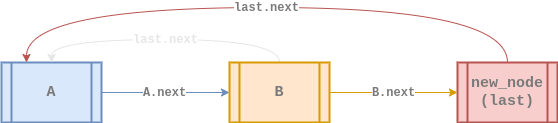
euisblue/vue-blog keeps this draw.io diagram as assets/data-structure/linked-list/cll-singly-insert4.png. Above is the earlier version. Source tidied: cells renumbered, new cells last; positions are measured from the earlier drawing's top-left corner, leaving out a move shared by most shapes.
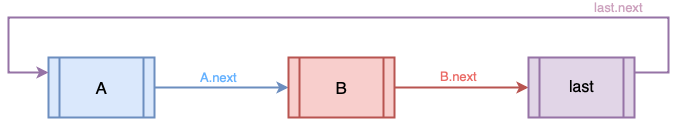
Later version of the same file.

Change to the diagram source:
```diff
@@ -2,36 +2,35 @@
   <root>
     <mxCell id="0" />
     <mxCell id="1" parent="0" />
-    <mxCell id="2" value="&lt;b style=&quot;font-size: 11px; letter-spacing: normal; text-align: center; text-indent: 0px; text-transform: none; word-spacing: 0px; font-family: &amp;quot;courier new&amp;quot;;&quot;&gt;&lt;font style=&quot;font-size: 12px&quot; color=&quot;#7a7a7a&quot;&gt;A.next&lt;/font&gt;&lt;/b&gt;" style="edgeStyle=orthogonalEdgeStyle;curved=1;rounded=0;sketch=0;jettySize=auto;html=1;exitX=1;exitY=0.5;exitDx=0;exitDy=0;entryX=0;entryY=0.5;entryDx=0;entryDy=0;strokeColor=#6c8ebf;strokeWidth=1;fillColor=#dae8fc;fontStyle=0;" parent="1" edge="1" source="3" target="5">
-      <mxGeometry x="-0.01" relative="1" as="geometry" />
+    <mxCell id="2" value="&lt;font color=&quot;#66b2ff&quot; style=&quot;font-size: 13px&quot;&gt;A.next&lt;/font&gt;" style="edgeStyle=orthogonalEdgeStyle;rounded=0;jettySize=auto;html=1;exitX=1;exitY=0.5;exitDx=0;exitDy=0;entryX=0;entryY=0.5;entryDx=0;entryDy=0;fillColor=#dae8fc;strokeColor=#6c8ebf;strokeWidth=2;labelBackgroundColor=none;labelBorderColor=none;fontFamily=Helvetica;" parent="1" edge="1" source="3" target="5">
+      <mxGeometry x="-0.04" y="10" relative="1" as="geometry" />
     </mxCell>
-    <mxCell id="3" value="&lt;div&gt;&lt;font color=&quot;#7a7a7a&quot; face=&quot;courier new&quot; style=&quot;font-size: 15px&quot;&gt;A&lt;/font&gt;&lt;/div&gt;" style="shape=process;whiteSpace=wrap;html=1;backgroundOutline=1;fillColor=#dae8fc;strokeColor=#6c8ebf;gradientDirection=east;strokeWidth=2;shadow=0;glass=0;align=center;sketch=0;fontStyle=1;" parent="1" vertex="1">
-      <mxGeometry y="55" width="100" height="60" as="geometry" />
+    <mxCell id="3" value="&lt;font&gt;&lt;font style=&quot;font-size: 17px&quot;&gt;A&lt;/font&gt;&lt;br&gt;&lt;/font&gt;" style="shape=process;whiteSpace=wrap;html=1;backgroundOutline=1;strokeWidth=2;fillColor=#dae8fc;strokeColor=#6c8ebf;fontStyle=0;fontFamily=Helvetica;fontSize=14;labelBackgroundColor=none;labelBorderColor=none;" parent="1" vertex="1">
+      <mxGeometry x="14" y="98" width="106" height="60" as="geometry" />
     </mxCell>
-    <mxCell id="4" value="&lt;font face=&quot;courier new&quot; color=&quot;#e6e6e6&quot;&gt;&lt;span style=&quot;font-size: 12px&quot;&gt;&lt;b&gt;last.next&lt;/b&gt;&lt;/span&gt;&lt;/font&gt;" style="edgeStyle=orthogonalEdgeStyle;curved=1;rounded=0;sketch=0;jettySize=auto;html=1;exitX=0.5;exitY=0;exitDx=0;exitDy=0;entryX=0.5;entryY=0;entryDx=0;entryDy=0;strokeWidth=1;fillColor=#ffe6cc;fontStyle=0;strokeColor=#E6E6E6;" parent="1" edge="1" source="5" target="3">
-      <mxGeometry relative="1" as="geometry">
+    <mxCell id="4" value="&lt;font color=&quot;#ea6b66&quot; style=&quot;font-size: 13px ; line-height: 95%&quot;&gt;B.next&lt;/font&gt;" style="edgeStyle=orthogonalEdgeStyle;rounded=0;jettySize=auto;html=1;exitX=1;exitY=0.5;exitDx=0;exitDy=0;entryX=0;entryY=0.5;entryDx=0;entryDy=0;fillColor=#f8cecc;strokeColor=#b85450;strokeWidth=2;labelBackgroundColor=none;labelBorderColor=none;fontFamily=Helvetica;align=center;" parent="1" edge="1" source="5" target="7">
+      <mxGeometry x="-0.04" y="10" relative="1" as="geometry">
         <Array as="points">
-          <mxPoint x="278" y="32" />
-          <mxPoint x="50" y="32" />
+          <mxPoint x="414" y="128" />
+          <mxPoint x="414" y="128" />
         </Array>
       </mxGeometry>
     </mxCell>
-    <mxCell id="5" value="&lt;div&gt;&lt;font color=&quot;#7a7a7a&quot; face=&quot;courier new&quot;&gt;&lt;span style=&quot;font-size: 15px&quot;&gt;&lt;b&gt;B&lt;/b&gt;&lt;/span&gt;&lt;/font&gt;&lt;/div&gt;" style="shape=process;whiteSpace=wrap;html=1;backgroundOutline=1;fillColor=#ffe6cc;strokeColor=#d79b00;gradientDirection=east;strokeWidth=2;shadow=0;glass=0;align=center;sketch=0;fontStyle=0;" parent="1" vertex="1">
-      <mxGeometry x="228" y="55" width="100" height="60" as="geometry" />
+    <mxCell id="5" value="&lt;font&gt;&lt;font style=&quot;font-size: 17px&quot;&gt;B&lt;/font&gt;&lt;br&gt;&lt;/font&gt;" style="shape=process;whiteSpace=wrap;html=1;backgroundOutline=1;strokeWidth=2;fillColor=#f8cecc;strokeColor=#b85450;fontStyle=0;fontFamily=Helvetica;fontSize=14;labelBackgroundColor=none;labelBorderColor=none;" parent="1" vertex="1">
+      <mxGeometry x="254" y="98" width="106" height="60" as="geometry" />
     </mxCell>
-    <mxCell id="6" value="&lt;b style=&quot;color: rgb(122 , 122 , 122) ; font-family: &amp;#34;courier new&amp;#34; ; font-size: 12px ; font-style: normal ; letter-spacing: normal ; text-align: center ; text-indent: 0px ; text-transform: none ; word-spacing: 0px ; background-color: rgb(255 , 255 , 255)&quot;&gt;last.next&lt;/b&gt;" style="edgeStyle=orthogonalEdgeStyle;curved=1;rounded=0;sketch=0;jettySize=auto;html=1;exitX=0.5;exitY=0;exitDx=0;exitDy=0;entryX=0.25;entryY=0;entryDx=0;entryDy=0;strokeColor=#b85450;strokeWidth=1;fillColor=#f8cecc;" parent="1" edge="1" source="7" target="3">
-      <mxGeometry relative="1" as="geometry">
+    <mxCell id="6" value="&lt;span style=&quot;color: rgb(205 , 162 , 190) ; font-family: &amp;#34;helvetica&amp;#34; ; font-size: 13px ; font-style: normal ; font-weight: normal ; letter-spacing: normal ; text-align: center ; text-indent: 0px ; text-transform: none ; word-spacing: 0px ; text-decoration: none ; display: inline ; float: none&quot;&gt;last.next&lt;/span&gt;" style="edgeStyle=orthogonalEdgeStyle;rounded=0;jettySize=auto;html=1;exitX=1;exitY=0.25;exitDx=0;exitDy=0;entryX=0;entryY=0.25;entryDx=0;entryDy=0;labelBackgroundColor=none;strokeWidth=2;fontFamily=Helvetica;fontColor=#666666;align=center;fillColor=#e1d5e7;strokeColor=#9673a6;" parent="1" edge="1" source="7" target="3">
+      <mxGeometry x="-0.67" y="-10" relative="1" as="geometry">
         <Array as="points">
-          <mxPoint x="506" />
-          <mxPoint x="25" />
+          <mxPoint x="634" y="113" />
+          <mxPoint x="634" y="58" />
+          <mxPoint x="-26" y="58" />
+          <mxPoint x="-26" y="113" />
         </Array>
       </mxGeometry>
     </mxCell>
-    <mxCell id="7" value="&lt;b&gt;&lt;font style=&quot;font-size: 15px&quot; face=&quot;Courier New&quot; color=&quot;#7a7a7a&quot;&gt;new_node&lt;br&gt;(last)&lt;br&gt;&lt;/font&gt;&lt;/b&gt;" style="shape=process;whiteSpace=wrap;html=1;backgroundOutline=1;fillColor=#f8cecc;strokeColor=#b85450;gradientDirection=east;strokeWidth=2;shadow=0;glass=0;sketch=0;fontStyle=0;" parent="1" vertex="1">
-      <mxGeometry x="456" y="55" width="100" height="60" as="geometry" />
+    <mxCell id="7" value="&lt;font&gt;&lt;font style=&quot;font-size: 16px&quot;&gt;last&lt;/font&gt;&lt;br&gt;&lt;/font&gt;" style="shape=process;whiteSpace=wrap;html=1;backgroundOutline=1;strokeWidth=2;fillColor=#e1d5e7;strokeColor=#9673a6;fontStyle=0;fontFamily=Helvetica;fontSize=14;labelBackgroundColor=none;labelBorderColor=none;" parent="1" vertex="1">
+      <mxGeometry x="494" y="98" width="106" height="60" as="geometry" />
     </mxCell>
-    <mxCell id="8" value="&lt;font color=&quot;#7a7a7a&quot; face=&quot;courier new&quot;&gt;&lt;span style=&quot;font-size: 12px&quot;&gt;&lt;b&gt;B.next&lt;/b&gt;&lt;/span&gt;&lt;/font&gt;" style="rounded=0;sketch=0;jettySize=auto;html=1;exitX=1;exitY=0.5;exitDx=0;exitDy=0;entryX=0;entryY=0.5;entryDx=0;entryDy=0;strokeWidth=1;strokeColor=#d79b00;fillColor=#ffe6cc;fontStyle=0;" parent="1" edge="1" source="5" target="7">
-      <mxGeometry relative="1" as="geometry" />
-    </mxCell>
   </root>
 </mxGraphModel>
```
